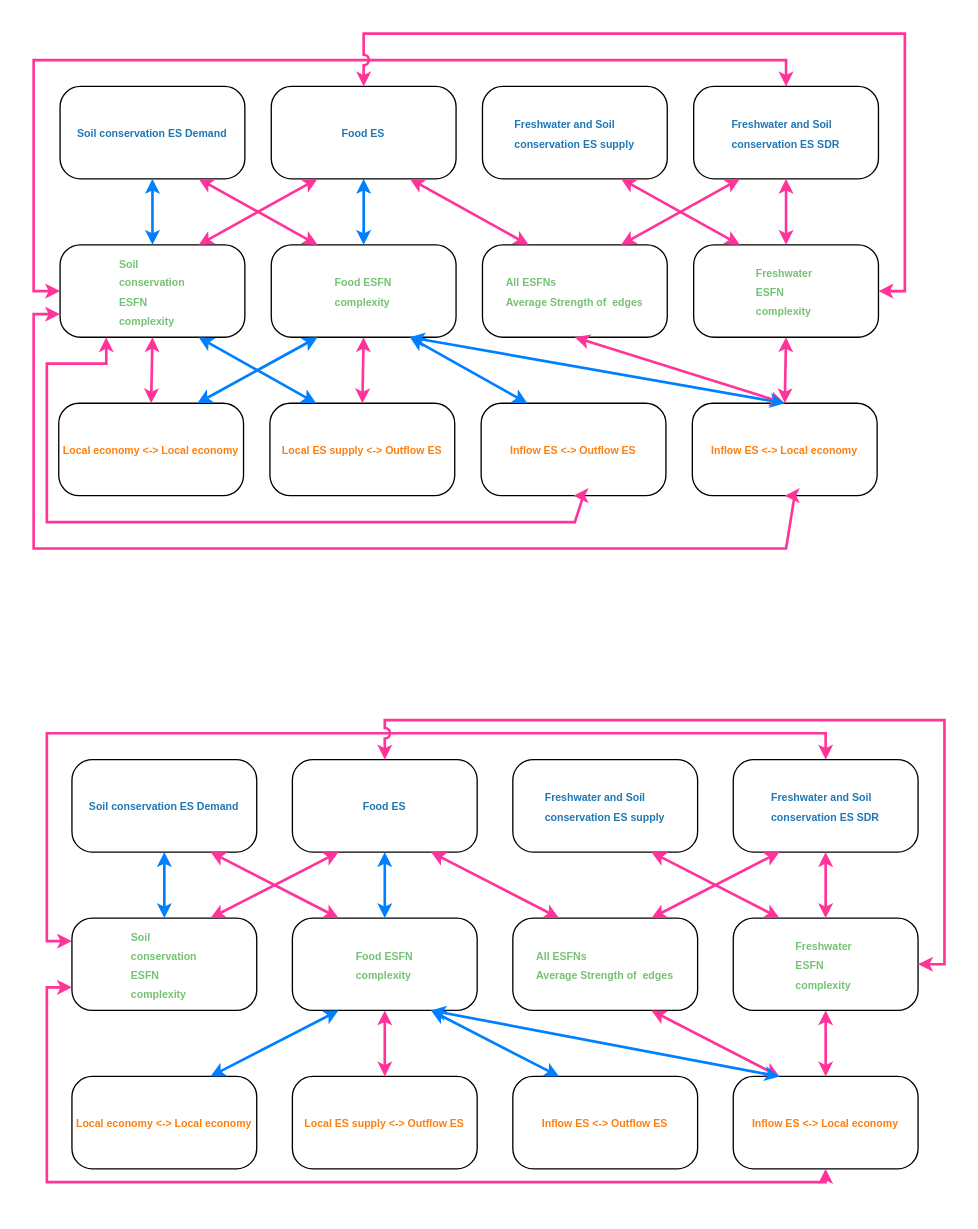
Earlier version of the draw.io diagram MIN_ESFN.drawio (THRILLERLEMON/Draw.IO). Source tidied: cells renumbered, new cells numbered last; positions are measured from the earlier drawing's top-left corner, leaving out a move shared by most shapes. Both pictures are drawn from the tidied source at 132%, with x=0, y=0 at pixel (33, 33).
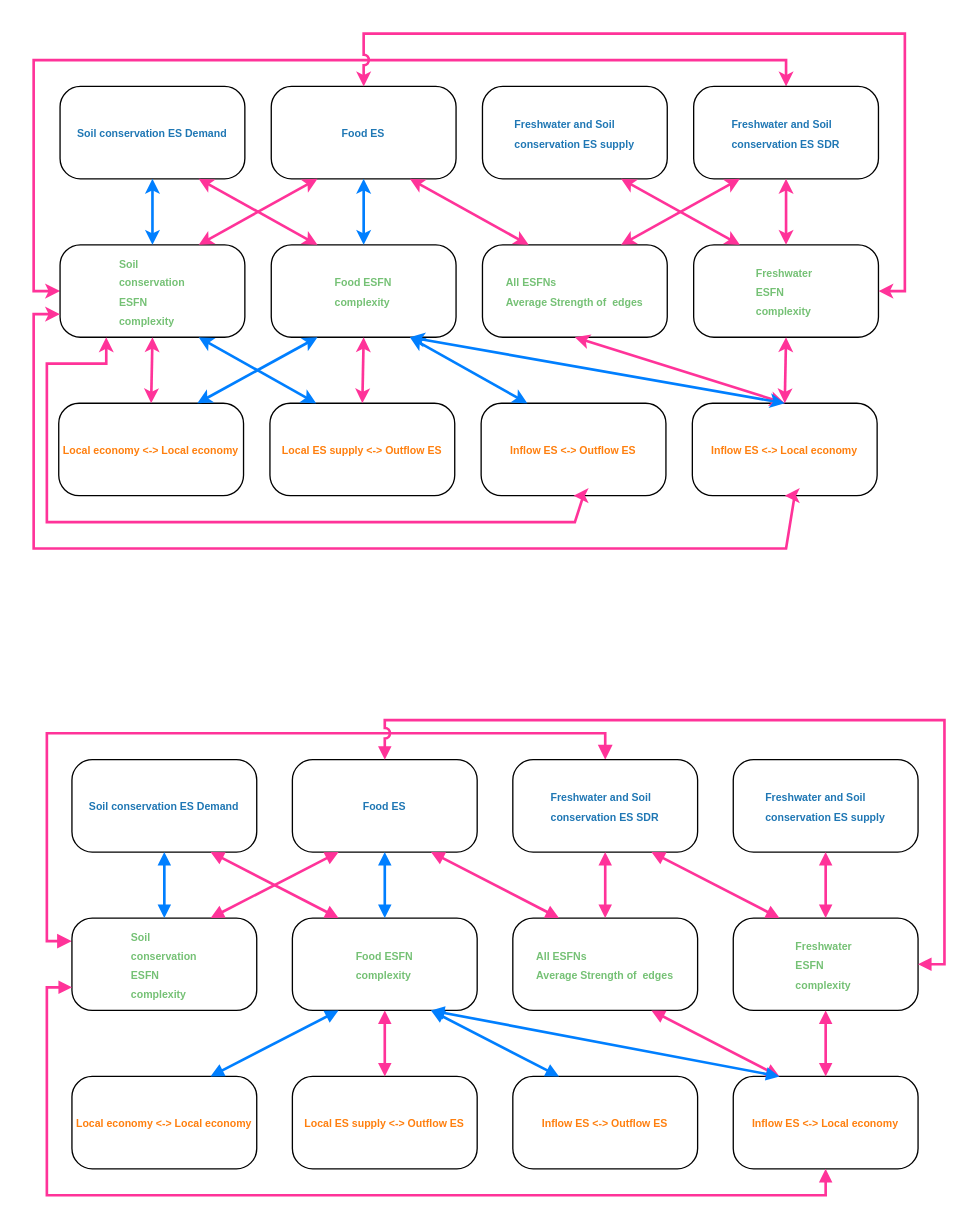
Above is the later version.

Unchanged cells that the change refers to:
```xml
<mxCell id="34" value="&lt;p style=&quot;language:zh-CN;margin-top:0pt;margin-bottom:0pt;margin-left:0in;&lt;br/&gt;text-align:left;direction:ltr;unicode-bidi:embed;mso-line-break-override:none;&lt;br/&gt;word-break:normal;punctuation-wrap:hanging&quot;&gt;&lt;span style=&quot;color: rgb(31, 119, 180); font-family: Arial; font-size: 8px; font-weight: 700;&quot;&gt;Soil&amp;nbsp;&lt;/span&gt;&lt;span style=&quot;color: rgb(31, 119, 180); font-family: Arial; font-size: 8px; font-weight: 700;&quot;&gt;conservation ES Demand&lt;/span&gt;&lt;br&gt;&lt;/p&gt;" style="rounded=1;whiteSpace=wrap;html=1;arcSize=22;" parent="1" vertex="1">
  <mxGeometry x="29" y="550" width="140" height="70" as="geometry" />
</mxCell>
<mxCell id="35" value="&lt;span style=&quot;color: rgb(31, 119, 180); font-size: 8px; font-weight: 700; text-align: left;&quot;&gt;Food ES&lt;/span&gt;" style="rounded=1;whiteSpace=wrap;html=1;arcSize=22;" parent="1" vertex="1">
  <mxGeometry x="196" y="550" width="140" height="70" as="geometry" />
</mxCell>
<mxCell id="39" value="&lt;p style=&quot;text-align: left; margin-top: 0pt; margin-bottom: 0pt; margin-left: 0in; direction: ltr; unicode-bidi: embed; word-break: normal;&quot;&gt;&lt;font color=&quot;#75c175&quot;&gt;&lt;span style=&quot;font-size: 8px;&quot;&gt;&lt;b&gt;Soil&amp;nbsp;&lt;/b&gt;&lt;/span&gt;&lt;/font&gt;&lt;/p&gt;&lt;p style=&quot;text-align: left; margin-top: 0pt; margin-bottom: 0pt; margin-left: 0in; direction: ltr; unicode-bidi: embed; word-break: normal;&quot;&gt;&lt;font color=&quot;#75c175&quot;&gt;&lt;span style=&quot;font-size: 8px;&quot;&gt;&lt;b&gt;conservation&lt;/b&gt;&lt;/span&gt;&lt;/font&gt;&lt;/p&gt;&lt;p style=&quot;text-align: left; margin-top: 0pt; margin-bottom: 0pt; margin-left: 0in; direction: ltr; unicode-bidi: embed; word-break: normal;&quot;&gt;&lt;font color=&quot;#75c175&quot;&gt;&lt;span style=&quot;font-size: 8px;&quot;&gt;&lt;b&gt;ESFN&lt;/b&gt;&lt;/span&gt;&lt;/font&gt;&lt;/p&gt;&lt;p style=&quot;text-align: left; margin-top: 0pt; margin-bottom: 0pt; margin-left: 0in; direction: ltr; unicode-bidi: embed; word-break: normal;&quot;&gt;&lt;font color=&quot;#75c175&quot;&gt;&lt;span style=&quot;font-size: 8px;&quot;&gt;&lt;b&gt;complexity&lt;/b&gt;&lt;/span&gt;&lt;/font&gt;&lt;/p&gt;" style="rounded=1;whiteSpace=wrap;html=1;arcSize=22;" parent="1" vertex="1">
  <mxGeometry x="29" y="670" width="140" height="70" as="geometry" />
</mxCell>
<mxCell id="40" value="&lt;p style=&quot;text-align: left; margin-top: 0pt; margin-bottom: 0pt; margin-left: 0in; direction: ltr; unicode-bidi: embed; word-break: normal;&quot;&gt;&lt;font color=&quot;#75c175&quot;&gt;&lt;span style=&quot;font-size: 8px;&quot;&gt;&lt;b&gt;Food ESFN&lt;/b&gt;&lt;/span&gt;&lt;/font&gt;&lt;/p&gt;&lt;p style=&quot;text-align: left; margin-top: 0pt; margin-bottom: 0pt; margin-left: 0in; direction: ltr; unicode-bidi: embed; word-break: normal;&quot;&gt;&lt;font color=&quot;#75c175&quot;&gt;&lt;span style=&quot;font-size: 8px;&quot;&gt;&lt;b&gt;complexity&lt;/b&gt;&lt;/span&gt;&lt;/font&gt;&lt;/p&gt;" style="rounded=1;whiteSpace=wrap;html=1;arcSize=22;" parent="1" vertex="1">
  <mxGeometry x="196" y="670" width="140" height="70" as="geometry" />
</mxCell>
<mxCell id="41" value="&lt;p style=&quot;text-align: left; margin-top: 0pt; margin-bottom: 0pt; margin-left: 0in; direction: ltr; unicode-bidi: embed; word-break: normal;&quot;&gt;&lt;font color=&quot;#75c175&quot;&gt;&lt;span style=&quot;font-size: 8px;&quot;&gt;&lt;b&gt;All ESFNs&lt;/b&gt;&lt;/span&gt;&lt;/font&gt;&lt;/p&gt;&lt;p style=&quot;text-align: left; margin-top: 0pt; margin-bottom: 0pt; margin-left: 0in; direction: ltr; unicode-bidi: embed; word-break: normal;&quot;&gt;&lt;font color=&quot;#75c175&quot;&gt;&lt;span style=&quot;font-size: 8px;&quot;&gt;&lt;b&gt;Average&amp;nbsp;&lt;/b&gt;&lt;/span&gt;&lt;/font&gt;&lt;b style=&quot;font-size: 8px; color: rgb(117, 193, 117); background-color: initial;&quot;&gt;Strength of&amp;nbsp;&amp;nbsp;&lt;/b&gt;&lt;b style=&quot;font-size: 8px; color: rgb(117, 193, 117); background-color: initial;&quot;&gt;edges&lt;/b&gt;&lt;/p&gt;" style="rounded=1;whiteSpace=wrap;html=1;arcSize=22;" parent="1" vertex="1">
  <mxGeometry x="363" y="670" width="140" height="70" as="geometry" />
</mxCell>
<mxCell id="42" value="&lt;p style=&quot;text-align: left; margin-top: 0pt; margin-bottom: 0pt; margin-left: 0in; direction: ltr; unicode-bidi: embed; word-break: normal;&quot;&gt;&lt;font color=&quot;#75c175&quot;&gt;&lt;span style=&quot;font-size: 8px;&quot;&gt;&lt;b&gt;Freshwater&amp;nbsp;&lt;/b&gt;&lt;/span&gt;&lt;/font&gt;&lt;/p&gt;&lt;p style=&quot;text-align: left; margin-top: 0pt; margin-bottom: 0pt; margin-left: 0in; direction: ltr; unicode-bidi: embed; word-break: normal;&quot;&gt;&lt;font color=&quot;#75c175&quot;&gt;&lt;span style=&quot;font-size: 8px;&quot;&gt;&lt;b&gt;ESFN&lt;/b&gt;&lt;/span&gt;&lt;/font&gt;&lt;/p&gt;&lt;p style=&quot;text-align: left; margin-top: 0pt; margin-bottom: 0pt; margin-left: 0in; direction: ltr; unicode-bidi: embed; word-break: normal;&quot;&gt;&lt;font color=&quot;#75c175&quot;&gt;&lt;span style=&quot;font-size: 8px;&quot;&gt;&lt;b&gt;complexity&lt;/b&gt;&lt;/span&gt;&lt;/font&gt;&lt;/p&gt;" style="rounded=1;whiteSpace=wrap;html=1;arcSize=22;" parent="1" vertex="1">
  <mxGeometry x="530" y="670" width="140" height="70" as="geometry" />
</mxCell>
<mxCell id="43" value="&lt;span style=&quot;color: rgb(255, 127, 14); font-size: 8px; font-weight: 700; text-align: left;&quot;&gt;Local economy &amp;lt;-&amp;gt; Local economy&lt;/span&gt;" style="rounded=1;whiteSpace=wrap;html=1;arcSize=22;" parent="1" vertex="1">
  <mxGeometry x="29" y="790" width="140" height="70" as="geometry" />
</mxCell>
<mxCell id="44" value="&lt;b style=&quot;color: rgb(255, 127, 14); font-size: 8px; text-align: left;&quot;&gt;Local ES supply &amp;lt;-&amp;gt; Outflow ES&lt;/b&gt;" style="rounded=1;whiteSpace=wrap;html=1;arcSize=22;" parent="1" vertex="1">
  <mxGeometry x="196" y="790" width="140" height="70" as="geometry" />
</mxCell>
<mxCell id="45" value="&lt;b style=&quot;color: rgb(255, 127, 14); font-size: 8px; text-align: left;&quot;&gt;Inflow ES &amp;lt;-&amp;gt; Outflow ES&lt;/b&gt;" style="rounded=1;whiteSpace=wrap;html=1;arcSize=22;" parent="1" vertex="1">
  <mxGeometry x="363" y="790" width="140" height="70" as="geometry" />
</mxCell>
<mxCell id="46" value="&lt;b style=&quot;color: rgb(255, 127, 14); font-size: 8px; text-align: left;&quot;&gt;Inflow ES &amp;lt;-&amp;gt; Local economy&lt;/b&gt;" style="rounded=1;whiteSpace=wrap;html=1;arcSize=22;" parent="1" vertex="1">
  <mxGeometry x="530" y="790" width="140" height="70" as="geometry" />
</mxCell>
```

Change to the diagram source:
```diff
@@
     <mxCell id="36" value="&lt;p style=&quot;text-align: left; margin-top: 0pt; margin-bottom: 0pt; margin-left: 0in; direction: ltr; unicode-bidi: embed; word-break: normal;&quot;&gt;&lt;font style=&quot;font-size: 8px;&quot;&gt;&lt;span style=&quot;color: rgb(31, 119, 180); font-weight: bold;&quot;&gt;Freshwater&amp;nbsp;&lt;/span&gt;&lt;span style=&quot;color: rgb(31, 119, 180); font-weight: bold; background-color: initial;&quot;&gt;and&amp;nbsp;&lt;/span&gt;&lt;span style=&quot;color: rgb(31, 119, 180); font-weight: bold; background-color: initial;&quot;&gt;Soil&amp;nbsp;&lt;/span&gt;&lt;/font&gt;&lt;/p&gt;&lt;p style=&quot;text-align: left; margin-top: 0pt; margin-bottom: 0pt; margin-left: 0in; direction: ltr; unicode-bidi: embed; word-break: normal;&quot;&gt;&lt;font style=&quot;font-size: 8px;&quot;&gt;&lt;span style=&quot;color: rgb(31, 119, 180); font-weight: bold; background-color: initial;&quot;&gt;conservation&lt;/span&gt;&lt;span style=&quot;background-color: initial; color: rgb(31, 119, 180); font-weight: bold;&quot;&gt;&amp;nbsp;&lt;/span&gt;&lt;span style=&quot;background-color: initial; color: rgb(31, 119, 180); font-weight: bold;&quot;&gt;ES&amp;nbsp;&lt;/span&gt;&lt;span style=&quot;color: rgb(31, 119, 180); font-weight: bold; background-color: initial;&quot;&gt;supply&lt;/span&gt;&lt;/font&gt;&lt;/p&gt;" style="rounded=1;whiteSpace=wrap;html=1;arcSize=22;" parent="1" vertex="1">
-      <mxGeometry x="363" y="550" width="140" height="70" as="geometry" />
+      <mxGeometry x="530" y="550" width="140" height="70" as="geometry" />
     </mxCell>
-    <mxCell id="37" style="edgeStyle=orthogonalEdgeStyle;rounded=0;jettySize=auto;html=1;exitX=0.5;exitY=0;exitDx=0;exitDy=0;startArrow=classic;startFill=1;endSize=5;startSize=5;strokeWidth=2;strokeColor=#FF3399;entryX=0;entryY=0.25;entryDx=0;entryDy=0;" parent="1" edge="1" source="38" target="39">
+    <mxCell id="37" style="edgeStyle=orthogonalEdgeStyle;rounded=0;jettySize=auto;html=1;exitX=0.5;exitY=0;exitDx=0;exitDy=0;startArrow=block;startFill=1;strokeWidth=2;strokeColor=#FF3399;entryX=0;entryY=0.25;entryDx=0;entryDy=0;curved=0;endArrow=block;endFill=1;" parent="1" edge="1" source="38" target="39">
       <mxGeometry relative="1" as="geometry">
         <Array as="points">
-          <mxPoint x="600" y="530" />
+          <mxPoint x="433" y="530" />
           <mxPoint x="10" y="530" />
-          <mxPoint x="10" y="688" />
+          <mxPoint x="10" y="687" />
         </Array>
       </mxGeometry>
     </mxCell>
     <mxCell id="38" value="&lt;p style=&quot;text-align: left; margin-top: 0pt; margin-bottom: 0pt; margin-left: 0in; direction: ltr; unicode-bidi: embed; word-break: normal;&quot;&gt;&lt;font style=&quot;font-size: 8px;&quot;&gt;&lt;span style=&quot;color: rgb(31, 119, 180); font-weight: bold;&quot;&gt;Freshwater&amp;nbsp;&lt;/span&gt;&lt;span style=&quot;color: rgb(31, 119, 180); font-weight: bold; background-color: initial;&quot;&gt;and&amp;nbsp;&lt;/span&gt;&lt;span style=&quot;color: rgb(31, 119, 180); font-weight: bold; background-color: initial;&quot;&gt;Soil&amp;nbsp;&lt;/span&gt;&lt;/font&gt;&lt;/p&gt;&lt;p style=&quot;text-align: left; margin-top: 0pt; margin-bottom: 0pt; margin-left: 0in; direction: ltr; unicode-bidi: embed; word-break: normal;&quot;&gt;&lt;font style=&quot;font-size: 8px;&quot;&gt;&lt;span style=&quot;color: rgb(31, 119, 180); font-weight: bold; background-color: initial;&quot;&gt;conservation&lt;/span&gt;&lt;span style=&quot;background-color: initial; color: rgb(31, 119, 180); font-weight: bold;&quot;&gt;&amp;nbsp;&lt;/span&gt;&lt;span style=&quot;background-color: initial; color: rgb(31, 119, 180); font-weight: bold;&quot;&gt;ES&amp;nbsp;&lt;/span&gt;&lt;span style=&quot;color: rgb(31, 119, 180); font-weight: bold; background-color: initial;&quot;&gt;SDR&lt;/span&gt;&lt;/font&gt;&lt;/p&gt;" style="rounded=1;whiteSpace=wrap;html=1;arcSize=22;" parent="1" vertex="1">
-      <mxGeometry x="530" y="550" width="140" height="70" as="geometry" />
+      <mxGeometry x="363" y="550" width="140" height="70" as="geometry" />
     </mxCell>
@@
-    <mxCell id="47" style="endArrow=classic;startArrow=classic;html=1;rounded=0;strokeWidth=2;endSize=5;startSize=5;entryX=0.5;entryY=1;entryDx=0;entryDy=0;exitX=0.5;exitY=0;exitDx=0;exitDy=0;strokeColor=#007FFF;" parent="1" edge="1" source="39" target="34">
+    <mxCell id="47" style="endArrow=block;startArrow=block;html=1;rounded=0;strokeWidth=2;endSize=5;startSize=5;entryX=0.5;entryY=1;entryDx=0;entryDy=0;exitX=0.5;exitY=0;exitDx=0;exitDy=0;strokeColor=#007FFF;targetPerimeterSpacing=0;curved=0;startFill=1;endFill=1;" parent="1" edge="1" source="39" target="34">
       <mxGeometry relative="1" as="geometry" />
     </mxCell>
-    <mxCell id="48" style="endArrow=classic;startArrow=classic;html=1;rounded=0;strokeWidth=2;endSize=5;startSize=5;entryX=0.75;entryY=1;entryDx=0;entryDy=0;exitX=0.25;exitY=0;exitDx=0;exitDy=0;strokeColor=#FF3399;" parent="1" edge="1" source="40" target="34">
+    <mxCell id="48" style="endArrow=block;startArrow=block;html=1;rounded=0;strokeWidth=2;endSize=5;startSize=5;entryX=0.75;entryY=1;entryDx=0;entryDy=0;exitX=0.25;exitY=0;exitDx=0;exitDy=0;strokeColor=#FF3399;align=center;verticalAlign=middle;fontFamily=Helvetica;fontSize=11;fontColor=default;labelBackgroundColor=default;startFill=1;endFill=1;" parent="1" edge="1" source="40" target="34">
       <mxGeometry relative="1" as="geometry" />
     </mxCell>
-    <mxCell id="49" style="endArrow=classic;startArrow=classic;html=1;rounded=0;strokeWidth=2;endSize=5;startSize=5;entryX=0.75;entryY=0;entryDx=0;entryDy=0;exitX=0.25;exitY=1;exitDx=0;exitDy=0;strokeColor=#FF3399;" parent="1" edge="1" source="35" target="39">
+    <mxCell id="49" style="endArrow=block;startArrow=block;html=1;rounded=0;strokeWidth=2;endSize=5;startSize=5;entryX=0.75;entryY=0;entryDx=0;entryDy=0;exitX=0.25;exitY=1;exitDx=0;exitDy=0;strokeColor=#FF3399;align=center;verticalAlign=middle;fontFamily=Helvetica;fontSize=11;fontColor=default;labelBackgroundColor=default;startFill=1;endFill=1;" parent="1" edge="1" source="35" target="39">
       <mxGeometry relative="1" as="geometry" />
     </mxCell>
-    <mxCell id="50" style="endArrow=classic;startArrow=classic;html=1;rounded=0;strokeWidth=2;endSize=5;startSize=5;entryX=0.5;entryY=1;entryDx=0;entryDy=0;exitX=0.5;exitY=0;exitDx=0;exitDy=0;strokeColor=#007FFF;" parent="1" edge="1" source="40" target="35">
+    <mxCell id="50" style="endArrow=block;startArrow=block;html=1;rounded=0;strokeWidth=2;endSize=5;startSize=5;entryX=0.5;entryY=1;entryDx=0;entryDy=0;exitX=0.5;exitY=0;exitDx=0;exitDy=0;strokeColor=#007FFF;align=center;verticalAlign=middle;fontFamily=Helvetica;fontSize=11;fontColor=default;labelBackgroundColor=default;startFill=1;endFill=1;targetPerimeterSpacing=0;curved=0;" parent="1" edge="1" source="40" target="35">
       <mxGeometry relative="1" as="geometry" />
     </mxCell>
-    <mxCell id="51" style="endArrow=classic;startArrow=classic;html=1;rounded=0;strokeWidth=2;endSize=5;startSize=5;entryX=0.5;entryY=1;entryDx=0;entryDy=0;exitX=0.5;exitY=0;exitDx=0;exitDy=0;strokeColor=#FF3399;" parent="1" edge="1" source="42" target="38">
+    <mxCell id="51" style="endArrow=block;startArrow=block;html=1;rounded=0;strokeWidth=2;endSize=5;startSize=5;entryX=0.75;entryY=1;entryDx=0;entryDy=0;exitX=0.25;exitY=0;exitDx=0;exitDy=0;strokeColor=#FF3399;align=center;verticalAlign=middle;fontFamily=Helvetica;fontSize=11;fontColor=default;labelBackgroundColor=default;startFill=1;endFill=1;" parent="1" edge="1" source="42" target="38">
       <mxGeometry relative="1" as="geometry" />
     </mxCell>
-    <mxCell id="52" style="endArrow=classic;startArrow=classic;html=1;rounded=0;strokeWidth=2;endSize=5;startSize=5;entryX=0.75;entryY=1;entryDx=0;entryDy=0;exitX=0.25;exitY=0;exitDx=0;exitDy=0;strokeColor=#FF3399;" parent="1" edge="1" source="41" target="35">
+    <mxCell id="52" style="endArrow=block;startArrow=block;html=1;rounded=0;strokeWidth=2;endSize=5;startSize=5;entryX=0.75;entryY=1;entryDx=0;entryDy=0;exitX=0.25;exitY=0;exitDx=0;exitDy=0;strokeColor=#FF3399;align=center;verticalAlign=middle;fontFamily=Helvetica;fontSize=11;fontColor=default;labelBackgroundColor=default;startFill=1;endFill=1;" parent="1" edge="1" source="41" target="35">
       <mxGeometry relative="1" as="geometry" />
     </mxCell>
-    <mxCell id="53" style="endArrow=classic;startArrow=classic;html=1;rounded=0;strokeWidth=2;endSize=5;startSize=5;entryX=0.75;entryY=1;entryDx=0;entryDy=0;exitX=0.25;exitY=0;exitDx=0;exitDy=0;strokeColor=#FF3399;" parent="1" edge="1" source="42" target="36">
+    <mxCell id="53" style="endArrow=block;startArrow=block;html=1;rounded=0;strokeWidth=2;endSize=5;startSize=5;entryX=0.5;entryY=1;entryDx=0;entryDy=0;exitX=0.5;exitY=0;exitDx=0;exitDy=0;strokeColor=#FF3399;align=center;verticalAlign=middle;fontFamily=Helvetica;fontSize=11;fontColor=default;labelBackgroundColor=default;startFill=1;endFill=1;" parent="1" edge="1" source="42" target="36">
       <mxGeometry relative="1" as="geometry" />
     </mxCell>
-    <mxCell id="54" style="endArrow=classic;startArrow=classic;html=1;rounded=0;strokeWidth=2;endSize=5;startSize=5;entryX=0.75;entryY=0;entryDx=0;entryDy=0;exitX=0.25;exitY=1;exitDx=0;exitDy=0;strokeColor=#FF3399;" parent="1" edge="1" source="38" target="41">
+    <mxCell id="54" style="endArrow=block;startArrow=block;html=1;rounded=0;strokeWidth=2;endSize=5;startSize=5;entryX=0.5;entryY=0;entryDx=0;entryDy=0;exitX=0.5;exitY=1;exitDx=0;exitDy=0;strokeColor=#FF3399;align=center;verticalAlign=middle;fontFamily=Helvetica;fontSize=11;fontColor=default;labelBackgroundColor=default;startFill=1;endFill=1;" parent="1" edge="1" source="38" target="41">
       <mxGeometry relative="1" as="geometry" />
     </mxCell>
-    <mxCell id="55" style="edgeStyle=orthogonalEdgeStyle;rounded=0;jettySize=auto;html=1;exitX=1;exitY=0.5;exitDx=0;exitDy=0;startArrow=classic;startFill=1;endSize=5;startSize=5;strokeWidth=2;strokeColor=#FF3399;entryX=0.5;entryY=0;entryDx=0;entryDy=0;jumpStyle=arc;" parent="1" edge="1" source="42" target="35">
+    <mxCell id="55" style="edgeStyle=orthogonalEdgeStyle;rounded=0;jettySize=auto;html=1;exitX=1;exitY=0.5;exitDx=0;exitDy=0;startArrow=block;startFill=1;endSize=5;startSize=5;strokeWidth=2;strokeColor=#FF3399;entryX=0.5;entryY=0;entryDx=0;entryDy=0;jumpStyle=arc;curved=0;align=center;verticalAlign=middle;fontFamily=Helvetica;fontSize=11;fontColor=default;labelBackgroundColor=default;endArrow=block;endFill=1;" parent="1" edge="1" source="42" target="35">
       <mxGeometry relative="1" as="geometry">
         <Array as="points">
           <mxPoint x="690" y="705" />
           <mxPoint x="690" y="520" />
           <mxPoint x="266" y="520" />
         </Array>
       </mxGeometry>
     </mxCell>
-    <mxCell id="56" style="endArrow=classic;startArrow=classic;html=1;rounded=0;strokeWidth=2;endSize=5;startSize=5;entryX=0.5;entryY=1;entryDx=0;entryDy=0;exitX=0.5;exitY=0;exitDx=0;exitDy=0;strokeColor=#FF3399;" parent="1" edge="1" source="44" target="40">
+    <mxCell id="56" style="endArrow=block;startArrow=block;html=1;rounded=0;strokeWidth=2;endSize=5;startSize=5;entryX=0.5;entryY=1;entryDx=0;entryDy=0;exitX=0.5;exitY=0;exitDx=0;exitDy=0;strokeColor=#FF3399;startFill=1;endFill=1;" parent="1" edge="1" source="44" target="40">
       <mxGeometry relative="1" as="geometry" />
     </mxCell>
-    <mxCell id="57" style="endArrow=classic;startArrow=classic;html=1;rounded=0;strokeWidth=2;endSize=5;startSize=5;entryX=0.25;entryY=1;entryDx=0;entryDy=0;exitX=0.75;exitY=0;exitDx=0;exitDy=0;strokeColor=#007FFF;" parent="1" edge="1" source="43" target="40">
+    <mxCell id="57" style="endArrow=block;startArrow=block;html=1;rounded=0;strokeWidth=2;endSize=5;startSize=5;entryX=0.25;entryY=1;entryDx=0;entryDy=0;exitX=0.75;exitY=0;exitDx=0;exitDy=0;strokeColor=#007FFF;align=center;verticalAlign=middle;fontFamily=Helvetica;fontSize=11;fontColor=default;labelBackgroundColor=default;startFill=1;endFill=1;targetPerimeterSpacing=0;curved=0;" parent="1" edge="1" source="43" target="40">
       <mxGeometry relative="1" as="geometry" />
     </mxCell>
-    <mxCell id="58" style="endArrow=classic;startArrow=classic;html=1;rounded=0;strokeWidth=2;endSize=5;startSize=5;entryX=0.75;entryY=1;entryDx=0;entryDy=0;exitX=0.25;exitY=0;exitDx=0;exitDy=0;strokeColor=#007FFF;" parent="1" edge="1" source="45" target="40">
+    <mxCell id="58" style="endArrow=block;startArrow=block;html=1;rounded=0;strokeWidth=2;endSize=5;startSize=5;entryX=0.75;entryY=1;entryDx=0;entryDy=0;exitX=0.25;exitY=0;exitDx=0;exitDy=0;strokeColor=#007FFF;align=center;verticalAlign=middle;fontFamily=Helvetica;fontSize=11;fontColor=default;labelBackgroundColor=default;startFill=1;endFill=1;targetPerimeterSpacing=0;curved=0;" parent="1" edge="1" source="45" target="40">
       <mxGeometry relative="1" as="geometry" />
     </mxCell>
-    <mxCell id="59" style="endArrow=classic;startArrow=classic;html=1;rounded=0;strokeWidth=2;endSize=5;startSize=5;entryX=0.5;entryY=1;entryDx=0;entryDy=0;exitX=0.5;exitY=0;exitDx=0;exitDy=0;strokeColor=#FF3399;" parent="1" edge="1" source="46" target="42">
+    <mxCell id="59" style="endArrow=block;startArrow=block;html=1;rounded=0;strokeWidth=2;endSize=5;startSize=5;entryX=0.5;entryY=1;entryDx=0;entryDy=0;exitX=0.5;exitY=0;exitDx=0;exitDy=0;strokeColor=#FF3399;align=center;verticalAlign=middle;fontFamily=Helvetica;fontSize=11;fontColor=default;labelBackgroundColor=default;startFill=1;endFill=1;" parent="1" edge="1" source="46" target="42">
       <mxGeometry relative="1" as="geometry" />
     </mxCell>
-    <mxCell id="60" style="endArrow=classic;startArrow=classic;html=1;rounded=0;strokeWidth=2;endSize=5;startSize=5;entryX=0.75;entryY=1;entryDx=0;entryDy=0;exitX=0.25;exitY=0;exitDx=0;exitDy=0;strokeColor=#FF3399;" parent="1" edge="1" source="46" target="41">
+    <mxCell id="60" style="endArrow=block;startArrow=block;html=1;rounded=0;strokeWidth=2;endSize=5;startSize=5;entryX=0.75;entryY=1;entryDx=0;entryDy=0;exitX=0.25;exitY=0;exitDx=0;exitDy=0;strokeColor=#FF3399;align=center;verticalAlign=middle;fontFamily=Helvetica;fontSize=11;fontColor=default;labelBackgroundColor=default;startFill=1;endFill=1;" parent="1" edge="1" source="46" target="41">
       <mxGeometry relative="1" as="geometry" />
     </mxCell>
-    <mxCell id="61" style="edgeStyle=orthogonalEdgeStyle;rounded=0;jettySize=auto;html=1;exitX=0.5;exitY=1;exitDx=0;exitDy=0;startArrow=classic;startFill=1;endSize=5;startSize=5;strokeWidth=2;strokeColor=#FF3399;entryX=0;entryY=0.75;entryDx=0;entryDy=0;jumpStyle=arc;" parent="1" edge="1" source="46" target="39">
+    <mxCell id="61" style="edgeStyle=orthogonalEdgeStyle;rounded=0;jettySize=auto;html=1;exitX=0.5;exitY=1;exitDx=0;exitDy=0;startArrow=block;startFill=1;endSize=5;startSize=5;strokeWidth=2;strokeColor=#FF3399;entryX=0;entryY=0.75;entryDx=0;entryDy=0;jumpStyle=arc;curved=0;align=center;verticalAlign=middle;fontFamily=Helvetica;fontSize=11;fontColor=default;labelBackgroundColor=default;endArrow=block;endFill=1;" parent="1" edge="1" source="46" target="39">
       <mxGeometry relative="1" as="geometry">
         <Array as="points">
-          <mxPoint x="600" y="870" />
-          <mxPoint x="10" y="870" />
+          <mxPoint x="600" y="880" />
+          <mxPoint x="10" y="880" />
           <mxPoint x="10" y="723" />
         </Array>
       </mxGeometry>
     </mxCell>
-    <mxCell id="62" style="endArrow=classic;startArrow=classic;html=1;rounded=0;strokeWidth=2;endSize=5;startSize=5;entryX=0.75;entryY=1;entryDx=0;entryDy=0;exitX=0.25;exitY=0;exitDx=0;exitDy=0;strokeColor=#007FFF;" parent="1" edge="1" source="46" target="40">
+    <mxCell id="62" style="endArrow=block;startArrow=block;html=1;rounded=0;strokeWidth=2;endSize=5;startSize=5;entryX=0.75;entryY=1;entryDx=0;entryDy=0;exitX=0.25;exitY=0;exitDx=0;exitDy=0;strokeColor=#007FFF;align=center;verticalAlign=middle;fontFamily=Helvetica;fontSize=11;fontColor=default;labelBackgroundColor=default;startFill=1;endFill=1;targetPerimeterSpacing=0;curved=0;" parent="1" edge="1" source="46" target="40">
       <mxGeometry relative="1" as="geometry" />
     </mxCell>
```
